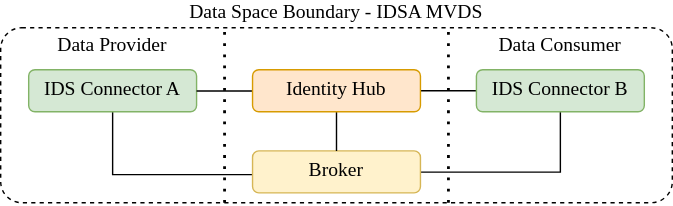
The draw.io diagram img/IDSA/IDSA_Components.svg in KristavanZandwijk/MVDS, before a commit. Source tidied: cells renumbered, new cells last; positions are measured from the earlier drawing's top-left corner, leaving out a move shared by most shapes. Source of this version:
```xml
<mxGraphModel>
  <root>
    <mxCell id="0" />
    <mxCell id="1" parent="0" />
    <mxCell id="2" style="rounded=1;whiteSpace=wrap;html=1;fillColor=none;dashed=1;arcSize=12;fontFamily=Times New Roman;fontSize=14;" parent="1" vertex="1">
      <mxGeometry y="20.2" width="480" height="125" as="geometry" />
    </mxCell>
    <mxCell id="3" style="edgeStyle=orthogonalEdgeStyle;rounded=0;jettySize=auto;html=1;endArrow=none;endFill=0;fontFamily=Times New Roman;fontSize=14;" parent="1" edge="1" source="4" target="6">
      <mxGeometry relative="1" as="geometry">
        <Array as="points">
          <mxPoint x="80" y="125.2" />
        </Array>
      </mxGeometry>
    </mxCell>
    <mxCell id="4" value="IDS Connector A" style="text;html=1;whiteSpace=wrap;strokeColor=#82b366;fillColor=#d5e8d4;align=center;verticalAlign=middle;rounded=1;fontFamily=Times New Roman;fontSize=14;" parent="1" vertex="1">
      <mxGeometry x="20" y="50.2" width="120" height="30" as="geometry" />
    </mxCell>
    <mxCell id="5" style="edgeStyle=orthogonalEdgeStyle;rounded=0;jettySize=auto;html=1;endArrow=none;endFill=0;fontFamily=Times New Roman;fontSize=14;" parent="1" edge="1" source="6" target="11">
      <mxGeometry relative="1" as="geometry" />
    </mxCell>
    <mxCell id="6" value="Broker" style="text;html=1;whiteSpace=wrap;strokeColor=#d6b656;fillColor=#fff2cc;align=center;verticalAlign=middle;rounded=1;fontFamily=Times New Roman;fontSize=14;" parent="1" vertex="1">
      <mxGeometry x="180" y="108.2" width="120" height="30" as="geometry" />
    </mxCell>
    <mxCell id="7" style="edgeStyle=orthogonalEdgeStyle;rounded=0;jettySize=auto;html=1;endArrow=none;endFill=0;fontFamily=Times New Roman;fontSize=14;" parent="1" edge="1" source="10" target="4">
      <mxGeometry relative="1" as="geometry">
        <Array as="points">
          <mxPoint x="150" y="65.2" />
          <mxPoint x="150" y="65.2" />
        </Array>
      </mxGeometry>
    </mxCell>
    <mxCell id="8" style="edgeStyle=orthogonalEdgeStyle;rounded=0;jettySize=auto;html=1;endArrow=none;endFill=0;fontFamily=Times New Roman;fontSize=14;" parent="1" edge="1" source="10" target="6">
      <mxGeometry relative="1" as="geometry" />
    </mxCell>
    <mxCell id="9" style="edgeStyle=orthogonalEdgeStyle;rounded=0;jettySize=auto;html=1;endArrow=none;endFill=0;fontFamily=Times New Roman;fontSize=14;" parent="1" edge="1" source="10" target="11">
      <mxGeometry relative="1" as="geometry" />
    </mxCell>
    <mxCell id="10" value="Identity Hub" style="text;html=1;whiteSpace=wrap;strokeColor=#d79b00;fillColor=#ffe6cc;align=center;verticalAlign=middle;rounded=1;fontFamily=Times New Roman;fontSize=14;" parent="1" vertex="1">
      <mxGeometry x="180" y="50.2" width="120" height="30" as="geometry" />
    </mxCell>
    <mxCell id="11" value="IDS Connector B" style="text;html=1;whiteSpace=wrap;strokeColor=#82b366;fillColor=#d5e8d4;align=center;verticalAlign=middle;rounded=1;fontFamily=Times New Roman;fontSize=14;" parent="1" vertex="1">
      <mxGeometry x="340" y="50.2" width="120" height="30" as="geometry" />
    </mxCell>
    <mxCell id="12" value="Data Space Boundary - IDSA MVDS" style="text;html=1;whiteSpace=wrap;strokeColor=none;fillColor=none;align=center;verticalAlign=middle;rounded=0;fontFamily=Times New Roman;fontSize=14;" parent="1" vertex="1">
      <mxGeometry y="0.2" width="480" height="20" as="geometry" />
    </mxCell>
    <mxCell id="13" style="endArrow=none;dashed=1;html=1;dashPattern=1 3;strokeWidth=2;rounded=0;entryX=0;entryY=-0.041;entryDx=0;entryDy=0;entryPerimeter=0;fontFamily=Times New Roman;fontSize=14;" parent="1" edge="1" target="15">
      <mxGeometry relative="1" as="geometry">
        <mxPoint x="320" y="145.2" as="sourcePoint" />
      </mxGeometry>
    </mxCell>
    <mxCell id="14" value="Data Provider" style="text;html=1;whiteSpace=wrap;strokeColor=none;fillColor=none;align=center;verticalAlign=middle;rounded=0;fontFamily=Times New Roman;fontSize=14;" parent="1" vertex="1">
      <mxGeometry y="20.2" width="160" height="25" as="geometry" />
    </mxCell>
    <mxCell id="15" value="Data Consumer" style="text;html=1;whiteSpace=wrap;strokeColor=none;fillColor=none;align=center;verticalAlign=middle;rounded=0;fontFamily=Times New Roman;fontSize=14;" parent="1" vertex="1">
      <mxGeometry x="320" y="20.2" width="160" height="25" as="geometry" />
    </mxCell>
    <mxCell id="16" style="endArrow=none;dashed=1;html=1;dashPattern=1 3;strokeWidth=2;rounded=0;entryX=0;entryY=-0.041;entryDx=0;entryDy=0;entryPerimeter=0;fontFamily=Times New Roman;fontSize=14;" parent="1" edge="1">
      <mxGeometry relative="1" as="geometry">
        <mxPoint x="160" y="145.2" as="sourcePoint" />
        <mxPoint x="160" y="20.2" as="targetPoint" />
      </mxGeometry>
    </mxCell>
  </root>
</mxGraphModel>
```
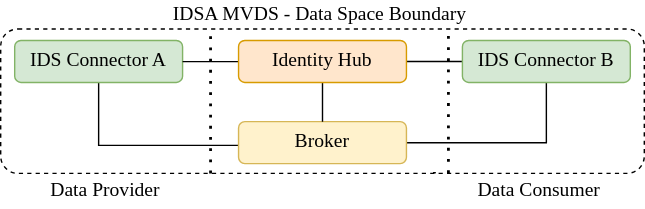
After the commit.

Commit message:
updat IDSA Components

Change to the diagram source:
```diff
@@ -3,7 +3,7 @@
     <mxCell id="0" />
     <mxCell id="1" parent="0" />
     <mxCell id="2" style="rounded=1;whiteSpace=wrap;html=1;fillColor=none;dashed=1;arcSize=12;fontFamily=Times New Roman;fontSize=14;" parent="1" vertex="1">
-      <mxGeometry y="20.2" width="480" height="125" as="geometry" />
+      <mxGeometry x="10" y="42" width="460" height="103.2" as="geometry" />
     </mxCell>
     <mxCell id="3" style="edgeStyle=orthogonalEdgeStyle;rounded=0;jettySize=auto;html=1;endArrow=none;endFill=0;fontFamily=Times New Roman;fontSize=14;" parent="1" edge="1" source="4" target="6">
       <mxGeometry relative="1" as="geometry">
@@ -41,8 +41,8 @@
     <mxCell id="11" value="IDS Connector B" style="text;html=1;whiteSpace=wrap;strokeColor=#82b366;fillColor=#d5e8d4;align=center;verticalAlign=middle;rounded=1;fontFamily=Times New Roman;fontSize=14;" parent="1" vertex="1">
       <mxGeometry x="340" y="50.2" width="120" height="30" as="geometry" />
     </mxCell>
-    <mxCell id="12" value="Data Space Boundary - IDSA MVDS" style="text;html=1;whiteSpace=wrap;strokeColor=none;fillColor=none;align=center;verticalAlign=middle;rounded=0;fontFamily=Times New Roman;fontSize=14;" parent="1" vertex="1">
-      <mxGeometry y="0.2" width="480" height="20" as="geometry" />
+    <mxCell id="12" value="IDSA MVDS - Data Space Boundary&amp;nbsp;" style="text;html=1;whiteSpace=wrap;strokeColor=none;fillColor=none;align=center;verticalAlign=middle;rounded=0;fontFamily=Times New Roman;fontSize=14;" parent="1" vertex="1">
+      <mxGeometry x="10" y="22" width="460" height="20" as="geometry" />
     </mxCell>
     <mxCell id="13" style="endArrow=none;dashed=1;html=1;dashPattern=1 3;strokeWidth=2;rounded=0;entryX=0;entryY=-0.041;entryDx=0;entryDy=0;entryPerimeter=0;fontFamily=Times New Roman;fontSize=14;" parent="1" edge="1" target="15">
       <mxGeometry relative="1" as="geometry">
@@ -50,16 +50,22 @@
       </mxGeometry>
     </mxCell>
     <mxCell id="14" value="Data Provider" style="text;html=1;whiteSpace=wrap;strokeColor=none;fillColor=none;align=center;verticalAlign=middle;rounded=0;fontFamily=Times New Roman;fontSize=14;" parent="1" vertex="1">
-      <mxGeometry y="20.2" width="160" height="25" as="geometry" />
+      <mxGeometry x="10" y="145.2" width="150" height="25" as="geometry" />
     </mxCell>
     <mxCell id="15" value="Data Consumer" style="text;html=1;whiteSpace=wrap;strokeColor=none;fillColor=none;align=center;verticalAlign=middle;rounded=0;fontFamily=Times New Roman;fontSize=14;" parent="1" vertex="1">
-      <mxGeometry x="320" y="20.2" width="160" height="25" as="geometry" />
+      <mxGeometry x="320" y="145.2" width="150" height="25" as="geometry" />
     </mxCell>
-    <mxCell id="16" style="endArrow=none;dashed=1;html=1;dashPattern=1 3;strokeWidth=2;rounded=0;entryX=0;entryY=-0.041;entryDx=0;entryDy=0;entryPerimeter=0;fontFamily=Times New Roman;fontSize=14;" parent="1" edge="1">
+    <mxCell id="16" style="endArrow=none;dashed=1;html=1;dashPattern=1 3;strokeWidth=2;rounded=0;fontFamily=Times New Roman;fontSize=14;" parent="1" edge="1">
       <mxGeometry relative="1" as="geometry">
         <mxPoint x="160" y="145.2" as="sourcePoint" />
-        <mxPoint x="160" y="20.2" as="targetPoint" />
+        <mxPoint x="160" y="42" as="targetPoint" />
       </mxGeometry>
     </mxCell>
+    <mxCell id="17" style="endArrow=none;dashed=1;html=1;dashPattern=1 3;strokeWidth=2;rounded=0;fontFamily=Times New Roman;fontSize=14;" parent="1" edge="1">
+      <mxGeometry relative="1" as="geometry">
+        <mxPoint x="330" y="145" as="sourcePoint" />
+        <mxPoint x="330" y="42" as="targetPoint" />
+      </mxGeometry>
+    </mxCell>
   </root>
 </mxGraphModel>
```
